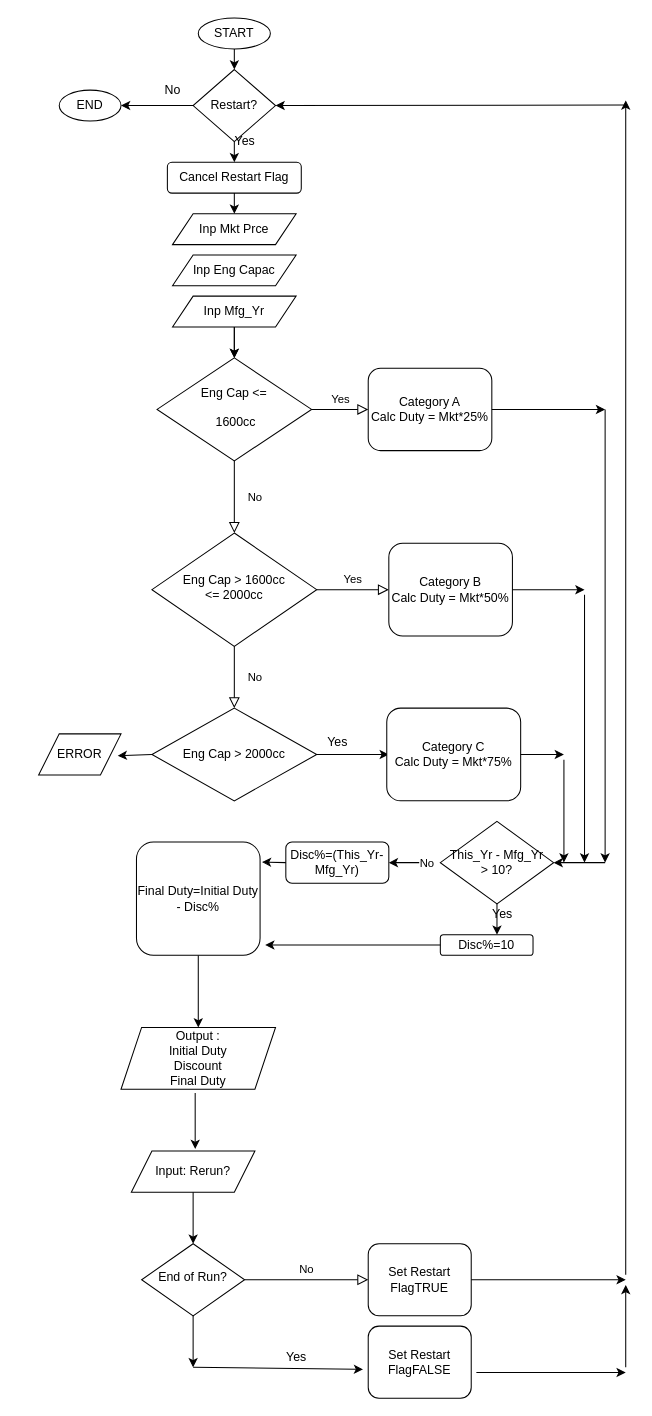
This is Untitled Diagram.drawio from john-itcsolutions/Elastos, a draw.io file, before an edit. Source tidied: cells renumbered, new cells numbered last; positions are measured from the earlier drawing's top-left corner, leaving out a move shared by most shapes. Both pictures are drawn from the tidied source at 103%, with x=0, y=0 at pixel (38, 18).
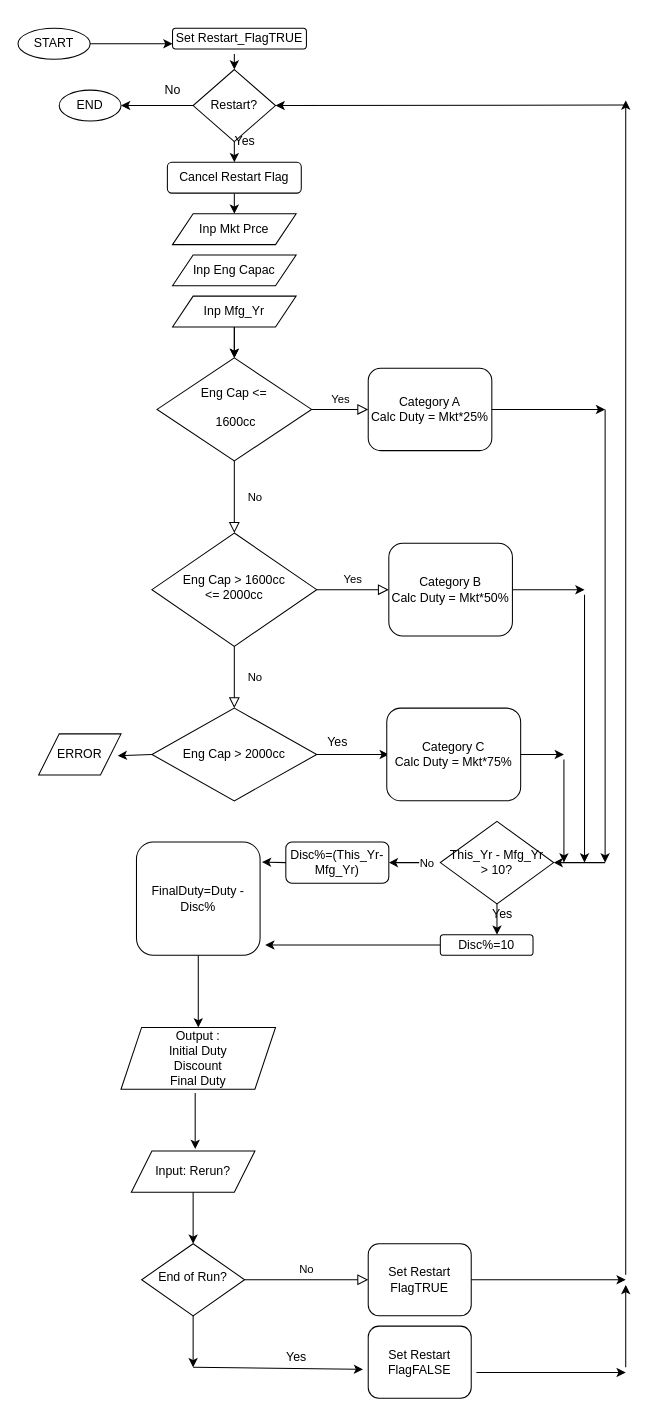
Above is the later version.

Unchanged cells that the change refers to:
```xml
<mxCell id="54" value="Restart?" style="rhombus;whiteSpace=wrap;html=1;" parent="1" vertex="1">
  <mxGeometry x="150" y="50" width="80" height="70" as="geometry" />
</mxCell>
```

Change to the diagram source:
```diff
@@
     <mxCell id="8" value="START" style="ellipse;whiteSpace=wrap;html=1;" parent="1" vertex="1">
-      <mxGeometry x="155" width="70" height="30" as="geometry" />
+      <mxGeometry x="-20" y="10" width="70" height="30" as="geometry" />
     </mxCell>
@@
-    <mxCell id="47" value="Final Duty=Initial Duty - Disc%" style="rounded=1;whiteSpace=wrap;html=1;" parent="1" vertex="1">
+    <mxCell id="47" value="FinalDuty=Duty - Disc%" style="rounded=1;whiteSpace=wrap;html=1;" parent="1" vertex="1">
       <mxGeometry x="95" y="800" width="120" height="110" as="geometry" />
     </mxCell>
@@
-    <mxCell id="55" style="endArrow=classic;html=1;exitX=0.5;exitY=1;exitDx=0;exitDy=0;entryX=0.5;entryY=0;entryDx=0;entryDy=0;" parent="1" edge="1" source="8" target="54">
+    <mxCell id="55" style="endArrow=classic;html=1;exitX=1;exitY=0.5;exitDx=0;exitDy=0;entryX=0;entryY=0.75;entryDx=0;entryDy=0;" parent="1" edge="1" source="8" target="66">
       <mxGeometry relative="1" as="geometry" />
     </mxCell>
@@
+    <mxCell id="66" value="Set Restart_FlagTRUE" style="rounded=1;whiteSpace=wrap;html=1;" parent="1" vertex="1">
+      <mxGeometry x="130" y="10" width="130" height="20" as="geometry" />
+    </mxCell>
+    <mxCell id="67" style="endArrow=classic;html=1;entryX=0.5;entryY=0;entryDx=0;entryDy=0;" parent="1" edge="1" target="54">
+      <mxGeometry relative="1" as="geometry">
+        <mxPoint x="190" y="35" as="sourcePoint" />
+      </mxGeometry>
+    </mxCell>
```
